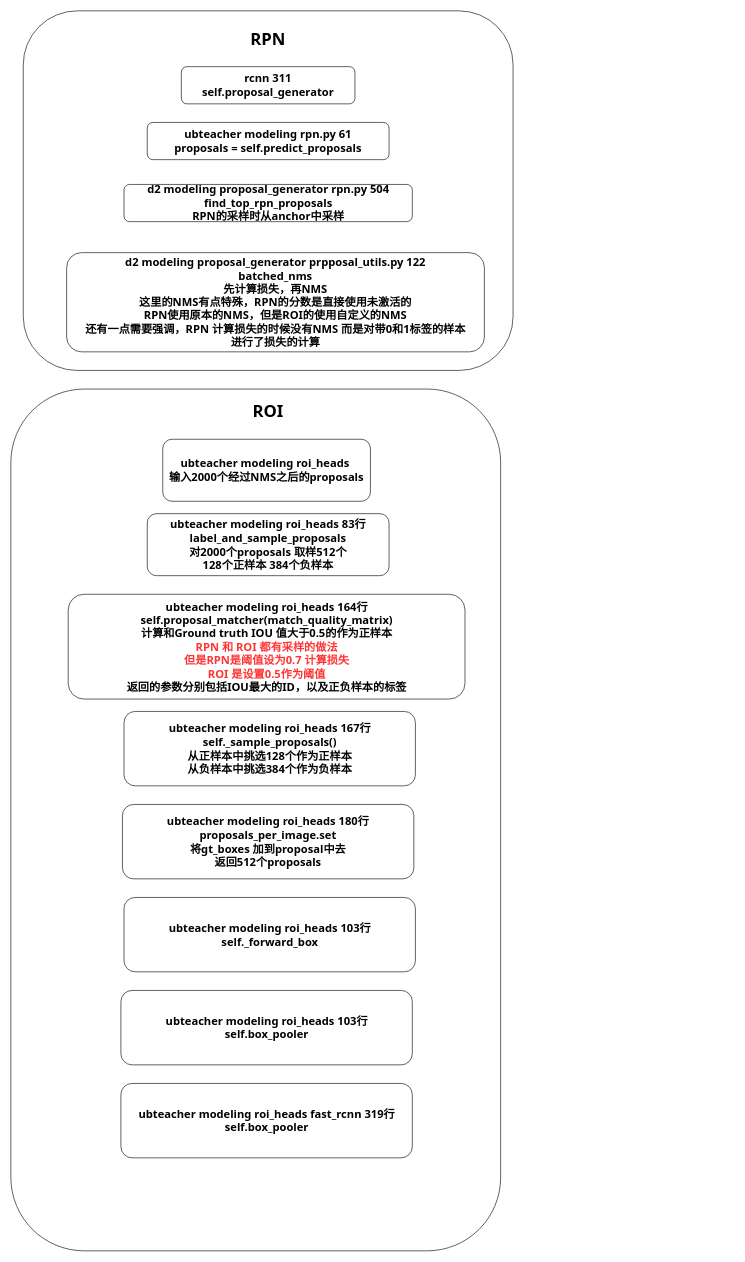
The draw.io diagram NMS的使用.drawio in Pandaxia8/Test, before the edit. Source tidied: cells renumbered, new cells numbered last; positions are measured from the earlier drawing's top-left corner, leaving out a move shared by most shapes. Both pictures are drawn from the tidied source at 62%, with x=0, y=0 at pixel (11, 11).
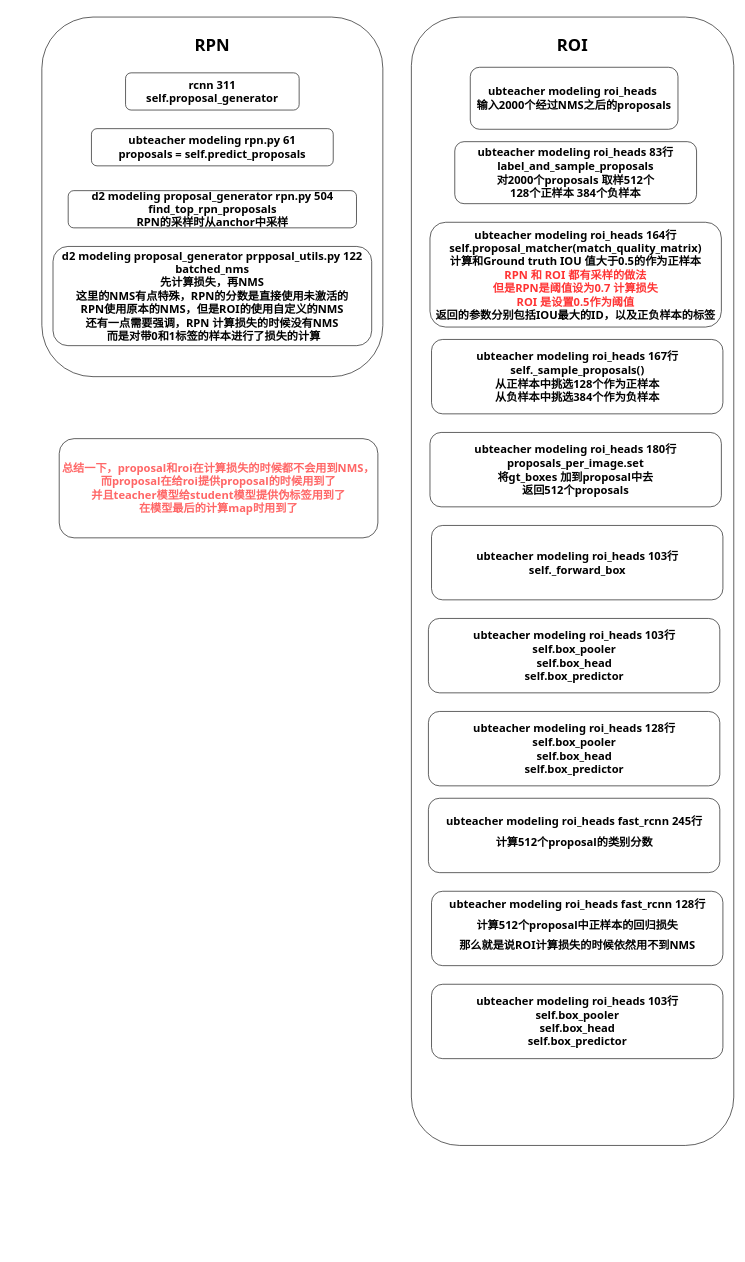
The same page after the edit.

Commit message:
更新NMS的使用.drawio

Change to the diagram source:
```diff
@@
     <mxCell id="2" style="rounded=1;whiteSpace=wrap;html=1;fontFamily=Tahoma;fontSize=18;" parent="1" vertex="1">
-      <mxGeometry x="20" width="790" height="580" as="geometry" />
+      <mxGeometry x="50" y="10" width="550" height="580" as="geometry" />
     </mxCell>
     <mxCell id="3" value="&lt;font style=&quot;font-size: 18px;&quot;&gt;rcnn 311&lt;br&gt;self.proposal_generator&lt;/font&gt;" style="rounded=1;whiteSpace=wrap;html=1;fontFamily=Tahoma;fontStyle=1;" parent="1" vertex="1">
-      <mxGeometry x="275" y="90" width="280" height="60" as="geometry" />
+      <mxGeometry x="185" y="100" width="280" height="60" as="geometry" />
     </mxCell>
     <mxCell id="4" value="&lt;font style=&quot;font-size: 18px;&quot;&gt;ubteacher modeling rpn.py 61&lt;br&gt;proposals = self.predict_proposals&lt;/font&gt;" style="rounded=1;whiteSpace=wrap;html=1;fontFamily=Tahoma;fontStyle=1;" parent="1" vertex="1">
-      <mxGeometry x="220" y="180" width="390" height="60" as="geometry" />
+      <mxGeometry x="130" y="190" width="390" height="60" as="geometry" />
     </mxCell>
     <mxCell id="5" value="&lt;font style=&quot;font-size: 18px;&quot;&gt;d2 modeling proposal_generator rpn.py 504&lt;br&gt;find_top_rpn_proposals&lt;br&gt;RPN的采样时从anchor中采样&lt;br&gt;&lt;/font&gt;" style="rounded=1;whiteSpace=wrap;html=1;fontFamily=Tahoma;fontStyle=1;" parent="1" vertex="1">
-      <mxGeometry x="182.5" y="280" width="465" height="60" as="geometry" />
+      <mxGeometry x="92.5" y="290" width="465" height="60" as="geometry" />
     </mxCell>
-    <mxCell id="6" value="&lt;font style=&quot;font-size: 18px;&quot;&gt;d2 modeling proposal_generator prpposal_utils.py 122&lt;br&gt;batched_nms&lt;br&gt;先计算损失，再NMS&lt;br&gt;这里的NMS有点特殊，RPN的分数是直接使用未激活的&lt;br&gt;RPN使用原本的NMS，但是ROI的使用自定义的NMS&lt;br&gt;还有一点需要强调，RPN 计算损失的时候没有NMS 而是对带0和1标签的样本&lt;br&gt;进行了损失的计算&lt;br&gt;&lt;/font&gt;" style="rounded=1;whiteSpace=wrap;html=1;fontFamily=Tahoma;fontStyle=1;" parent="1" vertex="1">
-      <mxGeometry x="90" y="390" width="673.8" height="160" as="geometry" />
+    <mxCell id="6" value="&lt;font style=&quot;font-size: 18px;&quot;&gt;d2 modeling proposal_generator prpposal_utils.py 122&lt;br&gt;batched_nms&lt;br&gt;先计算损失，再NMS&lt;br&gt;这里的NMS有点特殊，RPN的分数是直接使用未激活的&lt;br&gt;RPN使用原本的NMS，但是ROI的使用自定义的NMS&lt;br&gt;还有一点需要强调，RPN 计算损失的时候没有NMS&lt;br&gt;&amp;nbsp;而是对带0和1标签的样本进行了损失的计算&lt;br&gt;&lt;/font&gt;" style="rounded=1;whiteSpace=wrap;html=1;fontFamily=Tahoma;fontStyle=1;" parent="1" vertex="1">
+      <mxGeometry x="68" y="380" width="514" height="160" as="geometry" />
     </mxCell>
     <mxCell id="7" value="RPN" style="text;html=1;strokeColor=none;fillColor=none;align=center;verticalAlign=middle;whiteSpace=wrap;rounded=0;fontFamily=Tahoma;fontSize=27;fontStyle=1;" parent="1" vertex="1">
-      <mxGeometry x="385" y="30" width="60" height="30" as="geometry" />
+      <mxGeometry x="295" y="40" width="60" height="30" as="geometry" />
     </mxCell>
     <mxCell id="8" style="rounded=1;whiteSpace=wrap;html=1;fontFamily=Tahoma;fontSize=18;" parent="1" vertex="1">
-      <mxGeometry y="610" width="790" height="1390" as="geometry" />
+      <mxGeometry x="646" y="10" width="520" height="1820" as="geometry" />
     </mxCell>
     <mxCell id="9" value="&lt;span style=&quot;font-size: 18px;&quot;&gt;ubteacher modeling roi_heads&amp;nbsp;&lt;br&gt;输入2000个经过NMS之后的proposals&lt;/span&gt;" style="rounded=1;whiteSpace=wrap;html=1;fontFamily=Tahoma;fontStyle=1;" parent="1" vertex="1">
-      <mxGeometry x="245" y="691" width="335" height="100" as="geometry" />
+      <mxGeometry x="741" y="91" width="335" height="100" as="geometry" />
     </mxCell>
     <mxCell id="10" value="&lt;span style=&quot;font-size: 18px;&quot;&gt;ubteacher modeling roi_heads 83行&lt;/span&gt;&lt;span style=&quot;font-size: 18px;&quot;&gt;&lt;br&gt;label_and_sample_proposals&lt;br&gt;对2000个proposals 取样512个&lt;br&gt;128个正样本 384个负样本&lt;br&gt;&lt;/span&gt;" style="rounded=1;whiteSpace=wrap;html=1;fontFamily=Tahoma;fontStyle=1;" parent="1" vertex="1">
-      <mxGeometry x="220" y="811" width="390" height="100" as="geometry" />
+      <mxGeometry x="716" y="211" width="390" height="100" as="geometry" />
     </mxCell>
     <mxCell id="11" value="ROI" style="text;html=1;strokeColor=none;fillColor=none;align=center;verticalAlign=middle;whiteSpace=wrap;rounded=0;fontFamily=Tahoma;fontSize=27;fontStyle=1;" parent="1" vertex="1">
-      <mxGeometry x="385" y="630" width="60" height="30" as="geometry" />
+      <mxGeometry x="876" y="40" width="60" height="30" as="geometry" />
     </mxCell>
     <mxCell id="12" value="&lt;span style=&quot;font-size: 18px;&quot;&gt;ubteacher modeling roi_heads 164行&lt;/span&gt;&lt;br&gt;&lt;span style=&quot;font-size: 18px;&quot;&gt;self.proposal_matcher(match_quality_matrix)&lt;br&gt;计算和Ground truth IOU 值大于0.5的作为正样本&lt;br&gt;&lt;font color=&quot;#ff3333&quot;&gt;RPN 和 ROI 都有采样的做法&lt;br&gt;但是RPN是阈值设为0.7 计算损失&lt;br&gt;ROI 是设置0.5作为阈值&lt;br&gt;&lt;/font&gt;返回的参数分别包括IOU最大的ID，以及正负样本的标签&lt;br&gt;&lt;/span&gt;" style="rounded=1;whiteSpace=wrap;html=1;fontFamily=Tahoma;fontStyle=1;" parent="1" vertex="1">
-      <mxGeometry x="92.5" y="941" width="640" height="169" as="geometry" />
+      <mxGeometry x="676" y="341" width="470" height="169" as="geometry" />
     </mxCell>
     <mxCell id="13" value="&lt;span style=&quot;font-size: 18px;&quot;&gt;ubteacher modeling roi_heads 167行&lt;/span&gt;&lt;br&gt;&lt;span style=&quot;font-size: 18px;&quot;&gt;self._sample_proposals()&lt;br&gt;从正样本中挑选128个作为正样本&lt;/span&gt;&lt;br&gt;&lt;span style=&quot;font-size: 18px;&quot;&gt;从负样本中挑选384个作为负样本&lt;/span&gt;" style="rounded=1;whiteSpace=wrap;html=1;fontFamily=Tahoma;fontStyle=1;" parent="1" vertex="1">
-      <mxGeometry x="182.5" y="1130" width="470" height="120" as="geometry" />
+      <mxGeometry x="678.5" y="530" width="470" height="120" as="geometry" />
     </mxCell>
     <mxCell id="14" value="&lt;span style=&quot;font-size: 18px;&quot;&gt;ubteacher modeling roi_heads 180行&lt;/span&gt;&lt;br&gt;&lt;span style=&quot;font-size: 18px;&quot;&gt;proposals_per_image.set&lt;br&gt;将gt_boxes 加到proposal中去&lt;br&gt;返回512个proposals&lt;br&gt;&lt;/span&gt;" style="rounded=1;whiteSpace=wrap;html=1;fontFamily=Tahoma;fontStyle=1;" parent="1" vertex="1">
-      <mxGeometry x="180" y="1280" width="470" height="120" as="geometry" />
+      <mxGeometry x="676" y="680" width="470" height="120" as="geometry" />
     </mxCell>
     <mxCell id="15" value="&lt;span style=&quot;font-size: 18px;&quot;&gt;ubteacher modeling roi_heads 103行&lt;/span&gt;&lt;br&gt;&lt;span style=&quot;font-size: 18px;&quot;&gt;self._forward_box&lt;/span&gt;&lt;br&gt;" style="rounded=1;whiteSpace=wrap;html=1;fontFamily=Tahoma;fontStyle=1;" parent="1" vertex="1">
-      <mxGeometry x="182.5" y="1430" width="470" height="120" as="geometry" />
+      <mxGeometry x="678.5" y="830" width="470" height="120" as="geometry" />
     </mxCell>
-    <mxCell id="16" value="&lt;span style=&quot;font-size: 18px;&quot;&gt;ubteacher modeling roi_heads 103行&lt;/span&gt;&lt;br&gt;&lt;span style=&quot;font-size: 18px;&quot;&gt;self.box_pooler&lt;/span&gt;" style="rounded=1;whiteSpace=wrap;html=1;fontFamily=Tahoma;fontStyle=1;" parent="1" vertex="1">
-      <mxGeometry x="177.5" y="1580" width="470" height="120" as="geometry" />
+    <mxCell id="16" value="&lt;font style=&quot;font-size: 18px;&quot;&gt;ubteacher modeling roi_heads 103行&lt;br&gt;self.box_pooler&lt;br&gt;self.box_head&lt;br&gt;self.box_predictor&lt;/font&gt;" style="rounded=1;whiteSpace=wrap;html=1;fontFamily=Tahoma;fontStyle=1;" parent="1" vertex="1">
+      <mxGeometry x="673.5" y="980" width="470" height="120" as="geometry" />
     </mxCell>
-    <mxCell id="17" value="&lt;span style=&quot;font-size: 18px;&quot;&gt;ubteacher modeling roi_heads fast_rcnn 319行&lt;/span&gt;&lt;br&gt;&lt;span style=&quot;font-size: 18px;&quot;&gt;self.box_pooler&lt;/span&gt;" style="rounded=1;whiteSpace=wrap;html=1;fontFamily=Tahoma;fontStyle=1;" parent="1" vertex="1">
-      <mxGeometry x="177.5" y="1730" width="470" height="120" as="geometry" />
+    <mxCell id="17" value="&lt;span style=&quot;font-size: 18px;&quot;&gt;ubteacher modeling roi_heads fast_rcnn 245行&lt;br&gt;&lt;/span&gt;&lt;p&gt;&lt;font style=&quot;font-size: 18px;&quot;&gt;计算512个proposal的类别分数&lt;/font&gt;&lt;/p&gt;" style="rounded=1;whiteSpace=wrap;html=1;fontFamily=Tahoma;fontStyle=1;" parent="1" vertex="1">
+      <mxGeometry x="673.5" y="1270" width="470" height="120" as="geometry" />
     </mxCell>
+    <mxCell id="18" value="&lt;font style=&quot;font-size: 18px;&quot;&gt;ubteacher modeling roi_heads 128行&lt;br&gt;self.box_pooler&lt;br&gt;self.box_head&lt;br&gt;self.box_predictor&lt;/font&gt;" style="rounded=1;whiteSpace=wrap;html=1;fontFamily=Tahoma;fontStyle=1;" parent="1" vertex="1">
+      <mxGeometry x="673.5" y="1130" width="470" height="120" as="geometry" />
+    </mxCell>
+    <mxCell id="19" value="&lt;span style=&quot;font-size: 18px;&quot;&gt;ubteacher modeling roi_heads fast_rcnn 128行&lt;br&gt;&lt;/span&gt;&lt;p&gt;&lt;font style=&quot;font-size: 18px;&quot;&gt;计算512个proposal中正样本的回归损失&lt;/font&gt;&lt;/p&gt;&lt;p&gt;&lt;font style=&quot;font-size: 18px;&quot;&gt;那么就是说ROI计算损失的时候依然用不到NMS&lt;/font&gt;&lt;/p&gt;" style="rounded=1;whiteSpace=wrap;html=1;fontFamily=Tahoma;fontStyle=1;" parent="1" vertex="1">
+      <mxGeometry x="678.5" y="1420" width="470" height="120" as="geometry" />
+    </mxCell>
+    <mxCell id="20" value="&lt;font style=&quot;font-size: 18px;&quot;&gt;ubteacher modeling roi_heads 103行&lt;br&gt;self.box_pooler&lt;br&gt;self.box_head&lt;br&gt;self.box_predictor&lt;/font&gt;" style="rounded=1;whiteSpace=wrap;html=1;fontFamily=Tahoma;fontStyle=1;" parent="1" vertex="1">
+      <mxGeometry x="678.5" y="1570" width="470" height="120" as="geometry" />
+    </mxCell>
+    <mxCell id="21" value="&lt;font style=&quot;font-size: 18px;&quot;&gt;&lt;font color=&quot;#ff6666&quot;&gt;总结一下，proposal和roi在计算损失的时候都不会用到NMS，而proposal在给roi提供proposal的时候用到了&lt;br&gt;并且teacher模型给student模型提供伪标签用到了&lt;br&gt;在模型最后的计算map时用到了&lt;/font&gt;&lt;br&gt;&lt;/font&gt;" style="rounded=1;whiteSpace=wrap;html=1;fontFamily=Tahoma;fontStyle=1;" parent="1" vertex="1">
+      <mxGeometry x="78" y="690" width="514" height="160" as="geometry" />
+    </mxCell>
```
